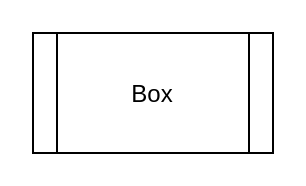
The draw.io diagram output/blank_diagram.drawio in ErikBarker/UML-Generator, before the edit. Source tidied: cells renumbered, new cells numbered last; positions are measured from the earlier drawing's top-left corner, leaving out a move shared by most shapes. Both pictures are drawn from the tidied source at 200%, with x=0, y=0 at pixel (32, 32).
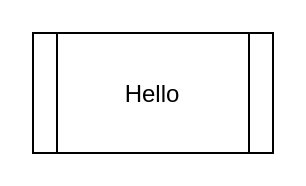
The same page after the edit.

What changed in the source:
```diff
@@
 <mxGraphModel>
   <root>
     <mxCell id="0" />
     <mxCell id="1" parent="0" />
-    <mxCell id="2" value="Box" style="shape=process;" parent="1" vertex="1">
+    <mxCell id="2" value="Hello" style="shape=process;" parent="1" vertex="1">
       <mxGeometry width="120" height="60" as="geometry" />
     </mxCell>
   </root>
 </mxGraphModel>
```
